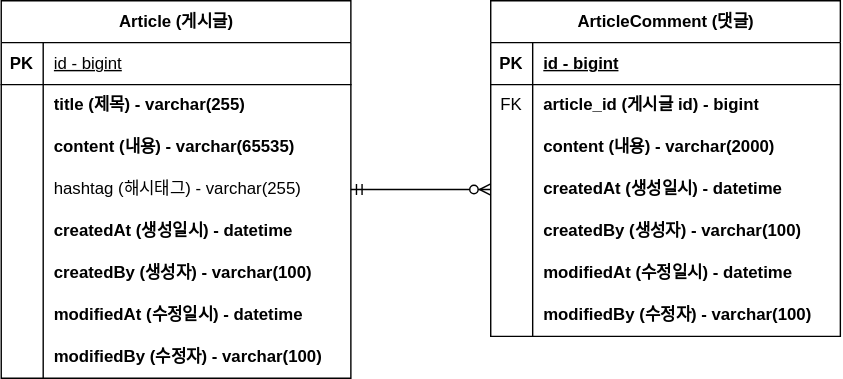
rlarlgmd60/fastcompus-project-board keeps this draw.io diagram as document/project-board-erd.svg. Above is the earlier version. Source tidied: cells renumbered, new cells last; positions are measured from the earlier drawing's top-left corner, leaving out a move shared by most shapes.
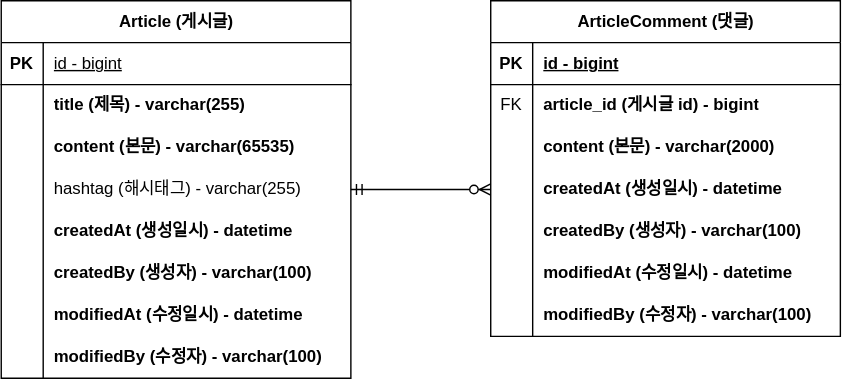
After the change.

Commit message:
#8 주석 업데이트 project-board-erd.svg

Change to the diagram source:
```diff
@@ -29,7 +29,7 @@
     <mxCell id="10" style="shape=partialRectangle;fillColor=none;top=0;left=0;bottom=0;right=0;overflow=hidden;whiteSpace=wrap;html=1;" parent="9" vertex="1">
       <mxGeometry width="30" height="30" as="geometry" />
     </mxCell>
-    <mxCell id="11" value="&lt;b&gt;content (내용) - varchar(65535)&lt;/b&gt;" style="shape=partialRectangle;fillColor=none;top=0;left=0;bottom=0;right=0;align=left;spacingLeft=6;overflow=hidden;whiteSpace=wrap;html=1;" parent="9" vertex="1">
+    <mxCell id="11" value="&lt;b&gt;content (본문) - varchar(65535)&lt;/b&gt;" style="shape=partialRectangle;fillColor=none;top=0;left=0;bottom=0;right=0;align=left;spacingLeft=6;overflow=hidden;whiteSpace=wrap;html=1;" parent="9" vertex="1">
       <mxGeometry x="30" width="220" height="30" as="geometry" />
     </mxCell>
     <mxCell id="12" style="shape=tableRow;horizontal=0;startSize=0;swimlaneHead=0;swimlaneBody=0;fillColor=none;points=[[0,0.5],[1,0.5]];portConstraint=eastwest;top=0;left=0;right=0;bottom=0;" parent="2" vertex="1">
@@ -104,7 +104,7 @@
     <mxCell id="35" style="shape=partialRectangle;fillColor=none;top=0;left=0;bottom=0;right=0;overflow=hidden;whiteSpace=wrap;html=1;" parent="34" vertex="1">
       <mxGeometry width="30" height="30" as="geometry" />
     </mxCell>
-    <mxCell id="36" value="&lt;b&gt;content (내용) - varchar(2000)&lt;/b&gt;" style="shape=partialRectangle;fillColor=none;top=0;left=0;bottom=0;right=0;align=left;spacingLeft=6;overflow=hidden;whiteSpace=wrap;html=1;" parent="34" vertex="1">
+    <mxCell id="36" value="&lt;b&gt;content (본문) - varchar(2000)&lt;/b&gt;" style="shape=partialRectangle;fillColor=none;top=0;left=0;bottom=0;right=0;align=left;spacingLeft=6;overflow=hidden;whiteSpace=wrap;html=1;" parent="34" vertex="1">
       <mxGeometry x="30" width="220" height="30" as="geometry" />
     </mxCell>
     <mxCell id="37" style="shape=tableRow;horizontal=0;startSize=0;swimlaneHead=0;swimlaneBody=0;fillColor=none;points=[[0,0.5],[1,0.5]];portConstraint=eastwest;top=0;left=0;right=0;bottom=0;" parent="27" vertex="1">
```
